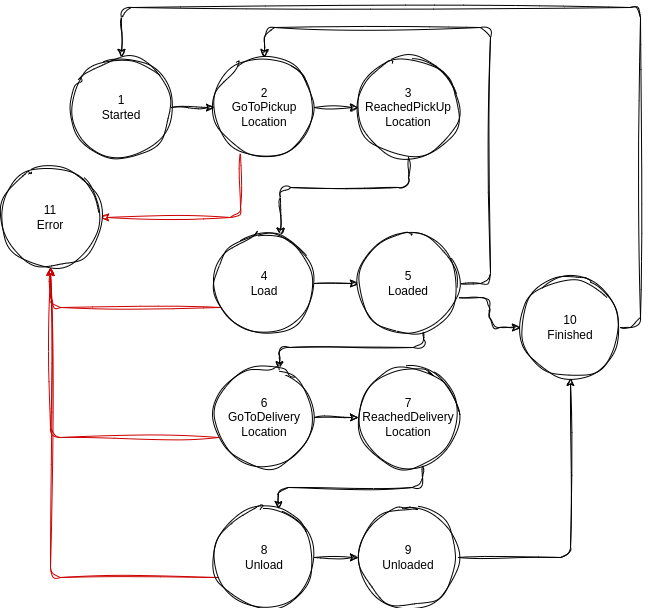
iml130/sola keeps this draw.io diagram as applications/docs/img/amr_physical_asset_fsm_current.png. Above is the earlier version. Source tidied: cells renumbered, new cells last; positions are measured from the earlier drawing's top-left corner, leaving out a move shared by most shapes.
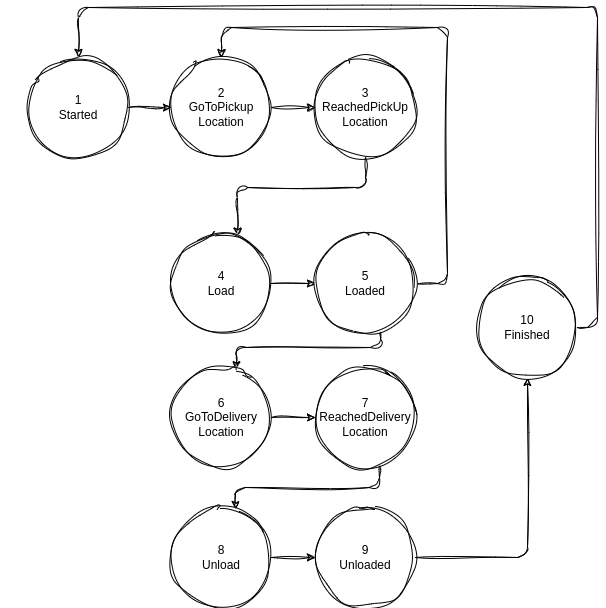
After the change.

Commit message:
docs(applications): formulate amr physical, functionality and fsm description

What changed in the source:
```diff
@@ -5,13 +5,6 @@
     <mxCell id="2" value="1&lt;br&gt;Started" style="ellipse;whiteSpace=wrap;html=1;rounded=1;sketch=1;curveFitting=1;jiggle=2;" parent="1" vertex="1">
       <mxGeometry x="71" y="50" width="100" height="100" as="geometry" />
     </mxCell>
-    <mxCell id="3" style="edgeStyle=orthogonalEdgeStyle;rounded=1;hachureGap=4;jettySize=auto;html=1;fontFamily=Architects Daughter;fontSource=https%3A%2F%2Ffonts.googleapis.com%2Fcss%3Ffamily%3DArchitects%2BDaughter;fontSize=16;strokeColor=#CC0000;sketch=1;curveFitting=1;jiggle=2;" parent="1" edge="1" source="4" target="28">
-      <mxGeometry relative="1" as="geometry">
-        <Array as="points">
-          <mxPoint x="240" y="210" />
-        </Array>
-      </mxGeometry>
-    </mxCell>
     <mxCell id="4" value="2&lt;br&gt;GoToPickup&lt;br&gt;Location" style="ellipse;whiteSpace=wrap;html=1;rounded=1;sketch=1;curveFitting=1;jiggle=2;" parent="1" vertex="1">
       <mxGeometry x="214" y="50" width="100" height="100" as="geometry" />
     </mxCell>
@@ -32,13 +25,6 @@
     <mxCell id="8" style="edgeStyle=orthogonalEdgeStyle;rounded=1;jettySize=auto;html=1;exitX=1;exitY=0.5;exitDx=0;exitDy=0;sketch=1;curveFitting=1;jiggle=2;" parent="1" edge="1" source="4" target="7">
       <mxGeometry relative="1" as="geometry" />
     </mxCell>
-    <mxCell id="9" style="edgeStyle=orthogonalEdgeStyle;rounded=1;hachureGap=4;jettySize=auto;html=1;fontFamily=Architects Daughter;fontSource=https%3A%2F%2Ffonts.googleapis.com%2Fcss%3Ffamily%3DArchitects%2BDaughter;fontSize=16;strokeColor=#CC0000;sketch=1;curveFitting=1;jiggle=2;" parent="1" edge="1" source="10" target="28">
-      <mxGeometry relative="1" as="geometry">
-        <Array as="points">
-          <mxPoint x="50" y="300" />
-        </Array>
-      </mxGeometry>
-    </mxCell>
     <mxCell id="10" value="4&lt;br&gt;Load" style="ellipse;whiteSpace=wrap;html=1;rounded=1;sketch=1;curveFitting=1;jiggle=2;" parent="1" vertex="1">
       <mxGeometry x="214" y="226" width="100" height="100" as="geometry" />
     </mxCell>
@@ -59,27 +45,12 @@
         </Array>
       </mxGeometry>
     </mxCell>
-    <mxCell id="13" style="edgeStyle=orthogonalEdgeStyle;rounded=1;sketch=1;hachureGap=4;jiggle=2;curveFitting=1;jettySize=auto;html=1;fontFamily=Architects Daughter;fontSource=https%3A%2F%2Ffonts.googleapis.com%2Fcss%3Ffamily%3DArchitects%2BDaughter;fontSize=16;" parent="1" edge="1" source="14" target="27">
-      <mxGeometry relative="1" as="geometry">
-        <Array as="points">
-          <mxPoint x="489" y="290" />
-          <mxPoint x="489" y="320" />
-        </Array>
-      </mxGeometry>
-    </mxCell>
     <mxCell id="14" value="5&lt;br&gt;Loaded" style="ellipse;whiteSpace=wrap;html=1;rounded=1;sketch=1;curveFitting=1;jiggle=2;" parent="1" vertex="1">
       <mxGeometry x="358" y="226" width="100" height="100" as="geometry" />
     </mxCell>
     <mxCell id="15" style="edgeStyle=orthogonalEdgeStyle;rounded=1;jettySize=auto;html=1;exitX=1;exitY=0.5;exitDx=0;exitDy=0;sketch=1;curveFitting=1;jiggle=2;" parent="1" edge="1" source="10" target="14">
       <mxGeometry relative="1" as="geometry" />
     </mxCell>
-    <mxCell id="16" style="edgeStyle=orthogonalEdgeStyle;rounded=1;hachureGap=4;jettySize=auto;html=1;fontFamily=Architects Daughter;fontSource=https%3A%2F%2Ffonts.googleapis.com%2Fcss%3Ffamily%3DArchitects%2BDaughter;fontSize=16;strokeColor=#CC0000;sketch=1;curveFitting=1;jiggle=2;" parent="1" edge="1" source="18" target="28">
-      <mxGeometry relative="1" as="geometry">
-        <Array as="points">
-          <mxPoint x="50" y="430" />
-        </Array>
-      </mxGeometry>
-    </mxCell>
     <mxCell id="17" style="edgeStyle=orthogonalEdgeStyle;rounded=1;hachureGap=4;jettySize=auto;html=1;fontFamily=Architects Daughter;fontSource=https%3A%2F%2Ffonts.googleapis.com%2Fcss%3Ffamily%3DArchitects%2BDaughter;fontSize=16;sketch=1;curveFitting=1;jiggle=2;" parent="1" edge="1" source="18" target="20">
       <mxGeometry relative="1" as="geometry" />
     </mxCell>
@@ -97,13 +68,6 @@
     <mxCell id="20" value="7&lt;br&gt;ReachedDelivery&lt;br&gt;Location" style="ellipse;whiteSpace=wrap;html=1;rounded=1;sketch=1;curveFitting=1;jiggle=2;" parent="1" vertex="1">
       <mxGeometry x="358" y="360" width="100" height="100" as="geometry" />
     </mxCell>
-    <mxCell id="21" style="edgeStyle=orthogonalEdgeStyle;rounded=1;hachureGap=4;jettySize=auto;html=1;fontFamily=Architects Daughter;fontSource=https%3A%2F%2Ffonts.googleapis.com%2Fcss%3Ffamily%3DArchitects%2BDaughter;fontSize=16;strokeColor=#CC0000;sketch=1;curveFitting=1;jiggle=2;" parent="1" edge="1" source="22" target="28">
-      <mxGeometry relative="1" as="geometry">
-        <Array as="points">
-          <mxPoint x="50" y="570" />
-        </Array>
-      </mxGeometry>
-    </mxCell>
     <mxCell id="22" value="8&lt;br&gt;Unload" style="ellipse;whiteSpace=wrap;html=1;rounded=1;sketch=1;curveFitting=1;jiggle=2;" parent="1" vertex="1">
       <mxGeometry x="214" y="500" width="100" height="100" as="geometry" />
     </mxCell>
@@ -128,11 +92,11 @@
     <mxCell id="27" value="10&lt;br&gt;Finished" style="ellipse;whiteSpace=wrap;html=1;rounded=1;sketch=1;curveFitting=1;jiggle=2;" parent="1" vertex="1">
       <mxGeometry x="520" y="270" width="100" height="100" as="geometry" />
     </mxCell>
-    <mxCell id="28" value="11&lt;br&gt;Error" style="ellipse;whiteSpace=wrap;html=1;rounded=1;sketch=1;curveFitting=1;jiggle=2;" parent="1" vertex="1">
-      <mxGeometry y="160" width="100" height="100" as="geometry" />
-    </mxCell>
-    <mxCell id="29" style="edgeStyle=orthogonalEdgeStyle;rounded=1;orthogonalLoop=1;jettySize=auto;html=1;exitX=0.5;exitY=1;exitDx=0;exitDy=0;entryX=0.5;entryY=1;entryDx=0;entryDy=0;sketch=1;curveFitting=1;jiggle=2;" parent="1" edge="1" source="28" target="28">
-      <mxGeometry relative="1" as="geometry" />
+    <mxCell id="29" style="edgeStyle=orthogonalEdgeStyle;rounded=1;orthogonalLoop=1;jettySize=auto;html=1;exitX=0.5;exitY=1;exitDx=0;exitDy=0;entryX=0.5;entryY=1;entryDx=0;entryDy=0;sketch=1;curveFitting=1;jiggle=2;" parent="1" edge="1">
+      <mxGeometry relative="1" as="geometry">
+        <mxPoint x="50" y="260" as="sourcePoint" />
+        <mxPoint x="50" y="260" as="targetPoint" />
+      </mxGeometry>
     </mxCell>
   </root>
 </mxGraphModel>
```
